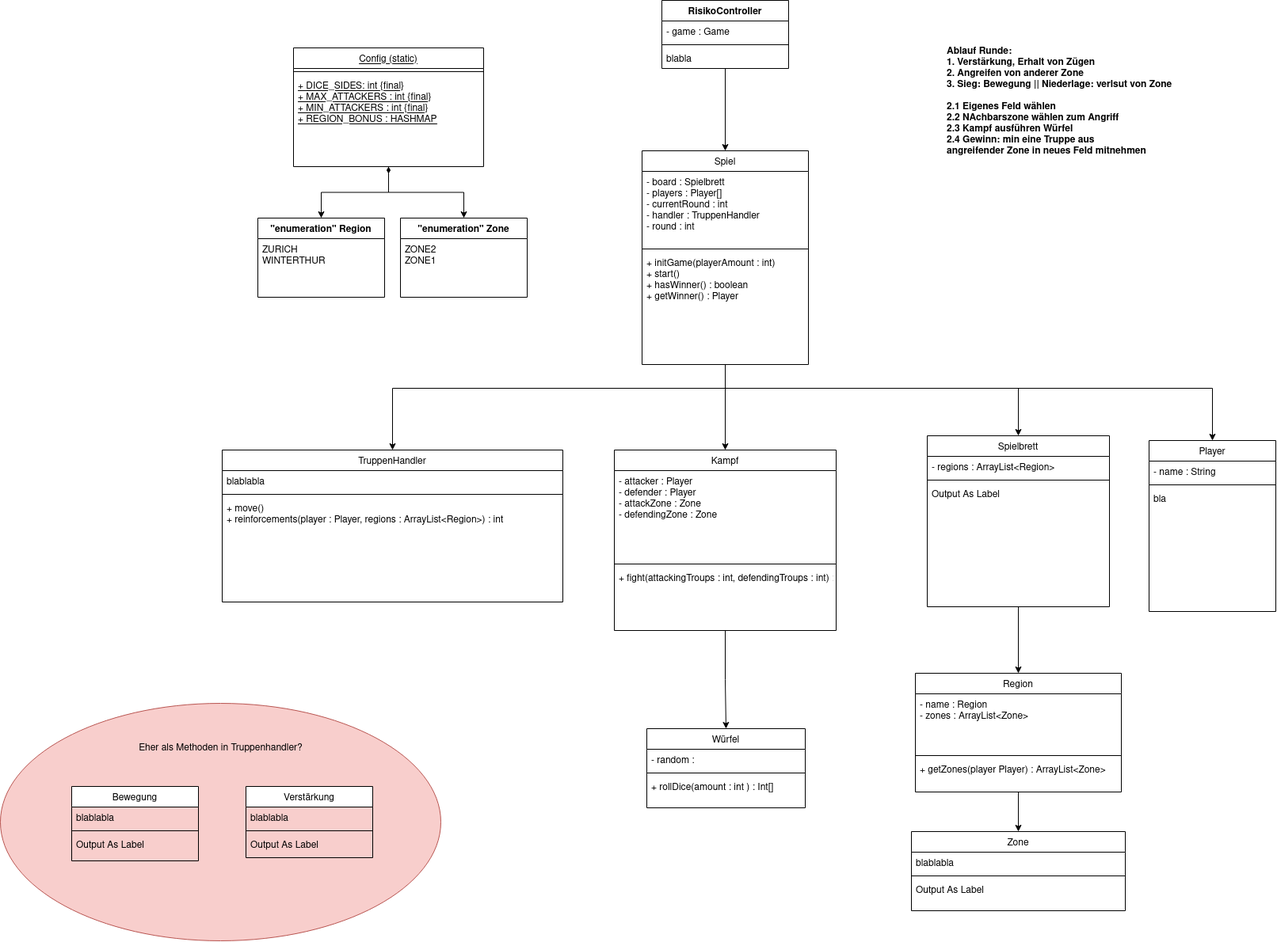
Before: Documents/Klassendiagram.png, a diagram exported from draw.io (YvesBraendli/OV_Tycoon_PM3). Source tidied: cells renumbered, new cells last; positions are measured from the earlier drawing's top-left corner, leaving out a move shared by most shapes.
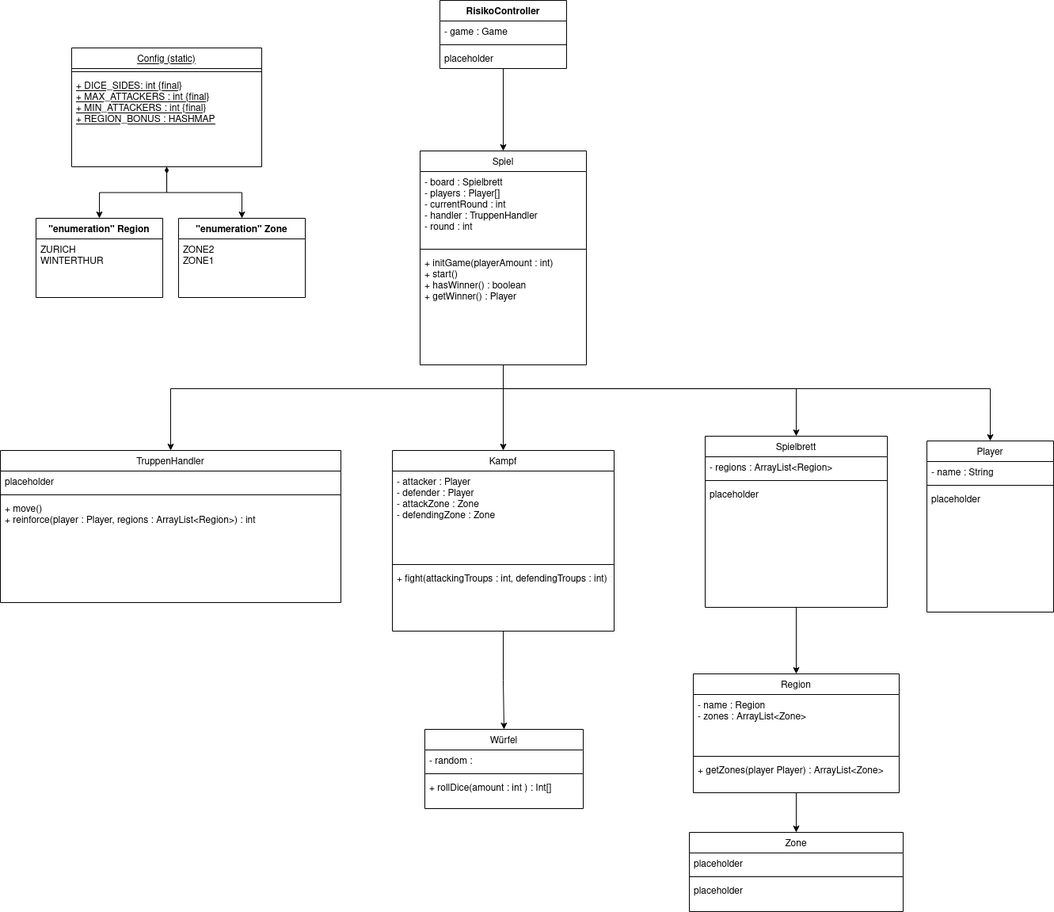
The same file after the commit.

Commit message:
05 cleaned up class diagram draft for techdoc

What changed in the source:
```diff
@@ -51,13 +51,13 @@
     <mxCell id="14" value="TruppenHandler" style="swimlane;fontStyle=0;align=center;verticalAlign=top;horizontal=1;startSize=26;rounded=0;shadow=0;strokeWidth=1;" parent="1" vertex="1">
       <mxGeometry x="280" y="568" width="430" height="192" as="geometry" />
     </mxCell>
-    <mxCell id="15" value="blablabla" style="text;align=left;verticalAlign=top;spacingLeft=4;spacingRight=4;overflow=hidden;rounded=0;shadow=0;html=0;" parent="14" vertex="1">
+    <mxCell id="15" value="placeholder" style="text;align=left;verticalAlign=top;spacingLeft=4;spacingRight=4;overflow=hidden;rounded=0;shadow=0;html=0;" parent="14" vertex="1">
       <mxGeometry y="26" width="430" height="26" as="geometry" />
     </mxCell>
     <mxCell id="16" style="line;html=1;strokeWidth=1;align=left;verticalAlign=middle;spacingTop=-1;spacingLeft=3;spacingRight=3;labelPosition=right;" parent="14" vertex="1">
       <mxGeometry y="52" width="430" height="8" as="geometry" />
     </mxCell>
-    <mxCell id="17" value="+ move()&#10;+ reinforcements(player : Player, regions : ArrayList&lt;Region&gt;) : int&#10;" style="text;align=left;verticalAlign=top;spacingLeft=4;spacingRight=4;overflow=hidden;" parent="14" vertex="1">
+    <mxCell id="17" value="+ move()&#10;+ reinforce(player : Player, regions : ArrayList&lt;Region&gt;) : int&#10;&#10;&#10;&#10;" style="text;align=left;verticalAlign=top;spacingLeft=4;spacingRight=4;overflow=hidden;" parent="14" vertex="1">
       <mxGeometry y="60" width="430" height="80" as="geometry" />
     </mxCell>
     <mxCell id="18" value="Würfel" style="swimlane;fontStyle=0;align=center;verticalAlign=top;horizontal=1;startSize=26;rounded=0;shadow=0;strokeWidth=1;" parent="1" vertex="1">
@@ -90,13 +90,13 @@
     <mxCell id="27" value="Zone" style="swimlane;fontStyle=0;align=center;verticalAlign=top;horizontal=1;startSize=26;rounded=0;shadow=0;strokeWidth=1;" parent="1" vertex="1">
       <mxGeometry x="1150" y="1050" width="270" height="100" as="geometry" />
     </mxCell>
-    <mxCell id="28" value="blablabla" style="text;align=left;verticalAlign=top;spacingLeft=4;spacingRight=4;overflow=hidden;rounded=0;shadow=0;html=0;" parent="27" vertex="1">
+    <mxCell id="28" value="placeholder" style="text;align=left;verticalAlign=top;spacingLeft=4;spacingRight=4;overflow=hidden;rounded=0;shadow=0;html=0;" parent="27" vertex="1">
       <mxGeometry y="26" width="270" height="26" as="geometry" />
     </mxCell>
     <mxCell id="29" style="line;html=1;strokeWidth=1;align=left;verticalAlign=middle;spacingTop=-1;spacingLeft=3;spacingRight=3;labelPosition=right;" parent="27" vertex="1">
       <mxGeometry y="52" width="270" height="8" as="geometry" />
     </mxCell>
-    <mxCell id="30" value="Output As Label" style="text;align=left;verticalAlign=top;spacingLeft=4;spacingRight=4;overflow=hidden;" parent="27" vertex="1">
+    <mxCell id="30" value="placeholder" style="text;align=left;verticalAlign=top;spacingLeft=4;spacingRight=4;overflow=hidden;" parent="27" vertex="1">
       <mxGeometry y="60" width="270" height="26" as="geometry" />
     </mxCell>
     <mxCell id="31" value="Player&#10;" style="swimlane;fontStyle=0;align=center;verticalAlign=top;horizontal=1;startSize=26;rounded=0;shadow=0;strokeWidth=1;" parent="1" vertex="1">
@@ -108,7 +108,7 @@
     <mxCell id="33" style="line;html=1;strokeWidth=1;align=left;verticalAlign=middle;spacingTop=-1;spacingLeft=3;spacingRight=3;labelPosition=right;" parent="31" vertex="1">
       <mxGeometry y="52" width="160" height="8" as="geometry" />
     </mxCell>
-    <mxCell id="34" value="bla" style="text;align=left;verticalAlign=top;spacingLeft=4;spacingRight=4;overflow=hidden;" parent="31" vertex="1">
+    <mxCell id="34" value="placeholder" style="text;align=left;verticalAlign=top;spacingLeft=4;spacingRight=4;overflow=hidden;" parent="31" vertex="1">
       <mxGeometry y="60" width="160" height="26" as="geometry" />
     </mxCell>
     <mxCell id="35" style="edgeStyle=orthogonalEdgeStyle;rounded=0;jettySize=auto;html=1;entryX=0.5;entryY=0;entryDx=0;entryDy=0;" parent="1" edge="1" source="36" target="23">
@@ -123,7 +123,7 @@
     <mxCell id="38" style="line;html=1;strokeWidth=1;align=left;verticalAlign=middle;spacingTop=-1;spacingLeft=3;spacingRight=3;labelPosition=right;" parent="36" vertex="1">
       <mxGeometry y="52" width="230" height="8" as="geometry" />
     </mxCell>
-    <mxCell id="39" value="Output As Label" style="text;align=left;verticalAlign=top;spacingLeft=4;spacingRight=4;overflow=hidden;" parent="36" vertex="1">
+    <mxCell id="39" value="placeholder" style="text;align=left;verticalAlign=top;spacingLeft=4;spacingRight=4;overflow=hidden;" parent="36" vertex="1">
       <mxGeometry y="60" width="230" height="26" as="geometry" />
     </mxCell>
     <mxCell id="40" style="edgeStyle=orthogonalEdgeStyle;rounded=0;jettySize=auto;html=1;entryX=0.5;entryY=0;entryDx=0;entryDy=0;" parent="1" edge="1" source="42" target="47">
@@ -165,12 +165,9 @@
     <mxCell id="52" style="line;strokeWidth=1;fillColor=none;align=left;verticalAlign=middle;spacingTop=-1;spacingLeft=3;spacingRight=3;labelPosition=right;" parent="50" vertex="1">
       <mxGeometry y="52" width="160" height="8" as="geometry" />
     </mxCell>
-    <mxCell id="53" value="blabla" style="text;strokeColor=none;fillColor=none;align=left;verticalAlign=top;spacingLeft=4;spacingRight=4;overflow=hidden;" parent="50" vertex="1">
+    <mxCell id="53" value="placeholder" style="text;strokeColor=none;fillColor=none;align=left;verticalAlign=top;spacingLeft=4;spacingRight=4;overflow=hidden;" parent="50" vertex="1">
       <mxGeometry y="60" width="160" height="26" as="geometry" />
     </mxCell>
-    <mxCell id="54" value="Ablauf Runde:&#10;1. Verstärkung, Erhalt von Zügen&#10;2. Angreifen von anderer Zone&#10;3. Sieg: Bewegung || Niederlage: verlsut von Zone&#10; &#10;2.1 Eigenes Feld wählen&#10;2.2 NAchbarszone wählen zum Angriff&#10;2.3 Kampf ausführen Würfel&#10;2.4 Gewinn: min eine Truppe aus &#10;angreifender Zone in neues Feld mitnehmen&#10;&#10;" style="text;align=left;fontStyle=1;verticalAlign=top;spacingLeft=3;spacingRight=3;strokeColor=none;" parent="1" vertex="1">
-      <mxGeometry x="1190" y="50" width="240" height="150" as="geometry" />
-    </mxCell>
     <mxCell id="55" style="edgeStyle=orthogonalEdgeStyle;rounded=0;jettySize=auto;html=1;entryX=0.5;entryY=0;entryDx=0;entryDy=0;" parent="1" edge="1" source="13" target="14">
       <mxGeometry relative="1" as="geometry">
         <Array as="points">
@@ -179,35 +176,5 @@
         </Array>
       </mxGeometry>
     </mxCell>
-    <mxCell id="56" style="ellipse;whiteSpace=wrap;html=1;labelPosition=center;verticalLabelPosition=top;align=center;verticalAlign=bottom;fillColor=#f8cecc;strokeColor=#b85450;" parent="1" vertex="1">
-      <mxGeometry y="888" width="556" height="300" as="geometry" />
-    </mxCell>
-    <mxCell id="57" value="Bewegung" style="swimlane;fontStyle=0;align=center;verticalAlign=top;horizontal=1;startSize=26;rounded=0;shadow=0;strokeWidth=1;" parent="1" vertex="1">
-      <mxGeometry x="90" y="993" width="160" height="94" as="geometry" />
-    </mxCell>
-    <mxCell id="58" value="blablabla" style="text;align=left;verticalAlign=top;spacingLeft=4;spacingRight=4;overflow=hidden;rounded=0;shadow=0;html=0;" parent="57" vertex="1">
-      <mxGeometry y="26" width="160" height="26" as="geometry" />
-    </mxCell>
-    <mxCell id="59" style="line;html=1;strokeWidth=1;align=left;verticalAlign=middle;spacingTop=-1;spacingLeft=3;spacingRight=3;labelPosition=right;" parent="57" vertex="1">
-      <mxGeometry y="52" width="160" height="8" as="geometry" />
-    </mxCell>
-    <mxCell id="60" value="Output As Label" style="text;align=left;verticalAlign=top;spacingLeft=4;spacingRight=4;overflow=hidden;" parent="57" vertex="1">
-      <mxGeometry y="60" width="160" height="26" as="geometry" />
-    </mxCell>
-    <mxCell id="61" value="Verstärkung" style="swimlane;fontStyle=0;align=center;verticalAlign=top;horizontal=1;startSize=26;rounded=0;shadow=0;strokeWidth=1;" parent="1" vertex="1">
-      <mxGeometry x="310" y="993" width="160" height="90" as="geometry" />
-    </mxCell>
-    <mxCell id="62" value="blablabla" style="text;align=left;verticalAlign=top;spacingLeft=4;spacingRight=4;overflow=hidden;rounded=0;shadow=0;html=0;" parent="61" vertex="1">
-      <mxGeometry y="26" width="160" height="26" as="geometry" />
-    </mxCell>
-    <mxCell id="63" style="line;html=1;strokeWidth=1;align=left;verticalAlign=middle;spacingTop=-1;spacingLeft=3;spacingRight=3;labelPosition=right;" parent="61" vertex="1">
-      <mxGeometry y="52" width="160" height="8" as="geometry" />
-    </mxCell>
-    <mxCell id="64" value="Output As Label" style="text;align=left;verticalAlign=top;spacingLeft=4;spacingRight=4;overflow=hidden;" parent="61" vertex="1">
-      <mxGeometry y="60" width="160" height="26" as="geometry" />
-    </mxCell>
-    <mxCell id="65" value="Eher als Methoden in Truppenhandler?" style="text;html=1;strokeColor=none;fillColor=none;align=center;verticalAlign=middle;whiteSpace=wrap;rounded=0;" parent="1" vertex="1">
-      <mxGeometry x="172.5" y="930" width="211" height="30" as="geometry" />
-    </mxCell>
   </root>
 </mxGraphModel>
```
